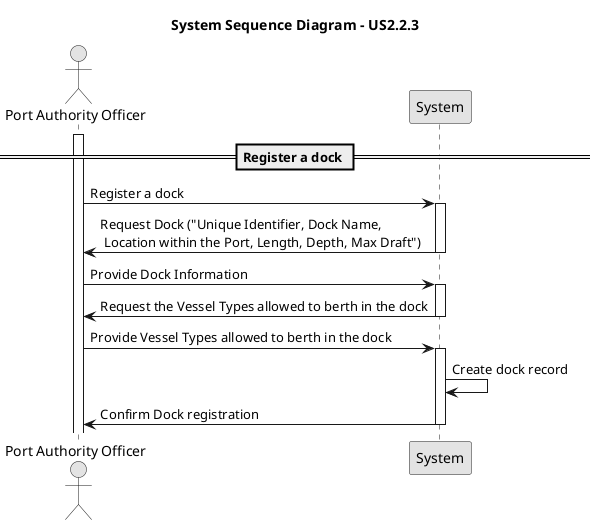
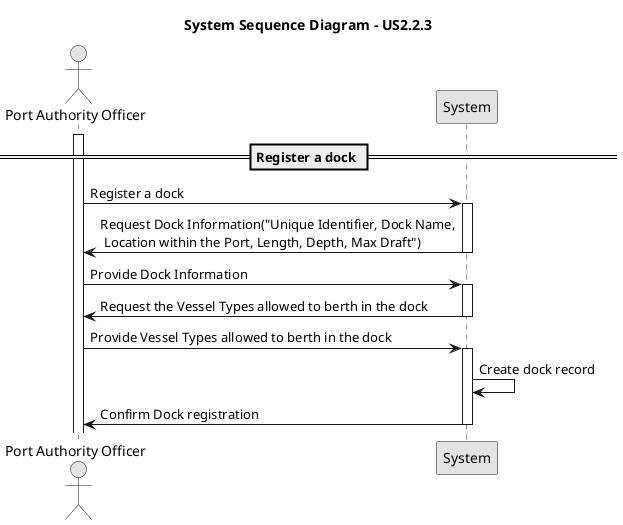
@startuml 2.2.3
skinparam monochrome true
skinparam packageStyle rectangle
skinparam shadowing false

actor "Port Authority Officer" as portOfficer
participant "System" as system

title System Sequence Diagram - US2.2.3

== Register a dock ==
activate portOfficer

portOfficer -> system : Register a dock
activate system

- system -> portOfficer : Request Dock ("Unique Identifier, Dock Name,\n Location within the Port, Length, Depth, Max Draft")
+ system -> portOfficer : Request Dock Information("Unique Identifier, Dock Name,\n Location within the Port, Length, Depth, Max Draft")
deactivate system
portOfficer -> system : Provide Dock Information

activate system
system -> portOfficer : Request the Vessel Types allowed to berth in the dock
deactivate system
portOfficer -> system : Provide Vessel Types allowed to berth in the dock

activate system

system -> system : Create dock record

system -> portOfficer : Confirm Dock registration
deactivate system



@enduml
